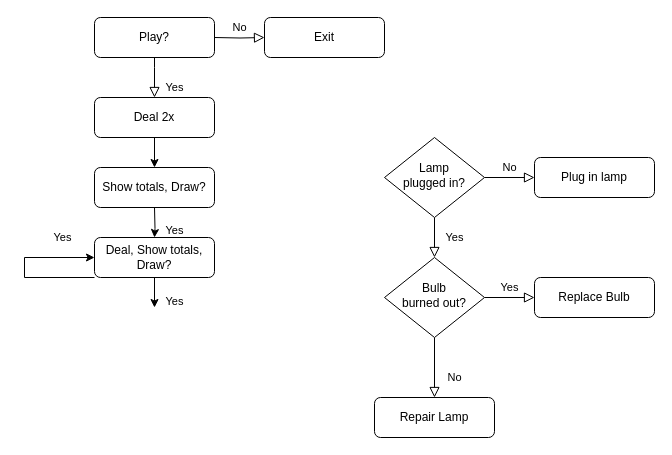
This is BlackJackFlow.drawio from ZestyBuddha/BlackJack, a draw.io file, before an edit. Source tidied: cells renumbered, new cells numbered last; positions are measured from the earlier drawing's top-left corner, leaving out a move shared by most shapes. Both pictures are drawn from the tidied source at 100%, with x=0, y=0 at pixel (24, 17).
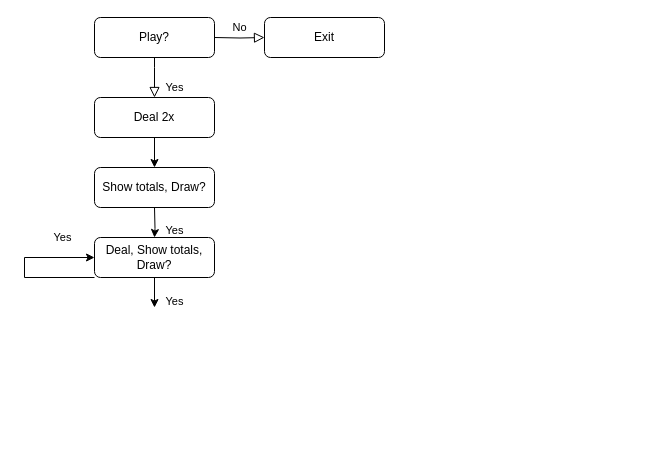
The same page after the edit.

The edit, as a diff of the source:
```diff
@@
-    <mxCell id="4" value="Yes" style="rounded=0;html=1;jettySize=auto;fontSize=11;endArrow=block;endFill=0;endSize=8;strokeWidth=1;shadow=0;labelBackgroundColor=none;edgeStyle=orthogonalEdgeStyle;" parent="1" edge="1" source="6" target="10">
-      <mxGeometry y="20" relative="1" as="geometry" />
-    </mxCell>
-    <mxCell id="5" value="No" style="edgeStyle=orthogonalEdgeStyle;rounded=0;html=1;jettySize=auto;fontSize=11;endArrow=block;endFill=0;endSize=8;strokeWidth=1;shadow=0;labelBackgroundColor=none;" parent="1" edge="1" source="6" target="7">
-      <mxGeometry y="10" relative="1" as="geometry" />
-    </mxCell>
-    <mxCell id="6" value="Lamp&lt;br&gt;plugged in?" style="rhombus;whiteSpace=wrap;html=1;shadow=0;fontFamily=Helvetica;fontSize=12;align=center;strokeWidth=1;spacing=6;spacingTop=-4;" parent="1" vertex="1">
-      <mxGeometry x="360" y="120" width="100" height="80" as="geometry" />
-    </mxCell>
-    <mxCell id="7" value="Plug in lamp" style="rounded=1;whiteSpace=wrap;html=1;fontSize=12;glass=0;strokeWidth=1;shadow=0;" parent="1" vertex="1">
-      <mxGeometry x="510" y="140" width="120" height="40" as="geometry" />
-    </mxCell>
-    <mxCell id="8" value="No" style="rounded=0;html=1;jettySize=auto;fontSize=11;endArrow=block;endFill=0;endSize=8;strokeWidth=1;shadow=0;labelBackgroundColor=none;edgeStyle=orthogonalEdgeStyle;" parent="1" edge="1" source="10" target="11">
-      <mxGeometry x="0.33" y="20" relative="1" as="geometry" />
-    </mxCell>
-    <mxCell id="9" value="Yes" style="edgeStyle=orthogonalEdgeStyle;rounded=0;html=1;jettySize=auto;fontSize=11;endArrow=block;endFill=0;endSize=8;strokeWidth=1;shadow=0;labelBackgroundColor=none;" parent="1" edge="1" source="10" target="12">
-      <mxGeometry y="10" relative="1" as="geometry" />
-    </mxCell>
-    <mxCell id="10" value="Bulb&lt;br&gt;burned out?" style="rhombus;whiteSpace=wrap;html=1;shadow=0;fontFamily=Helvetica;fontSize=12;align=center;strokeWidth=1;spacing=6;spacingTop=-4;" parent="1" vertex="1">
-      <mxGeometry x="360" y="240" width="100" height="80" as="geometry" />
-    </mxCell>
-    <mxCell id="11" value="Repair Lamp" style="rounded=1;whiteSpace=wrap;html=1;fontSize=12;glass=0;strokeWidth=1;shadow=0;" parent="1" vertex="1">
-      <mxGeometry x="350" y="380" width="120" height="40" as="geometry" />
-    </mxCell>
-    <mxCell id="12" value="Replace Bulb" style="rounded=1;whiteSpace=wrap;html=1;fontSize=12;glass=0;strokeWidth=1;shadow=0;" parent="1" vertex="1">
-      <mxGeometry x="510" y="260" width="120" height="40" as="geometry" />
-    </mxCell>
```
